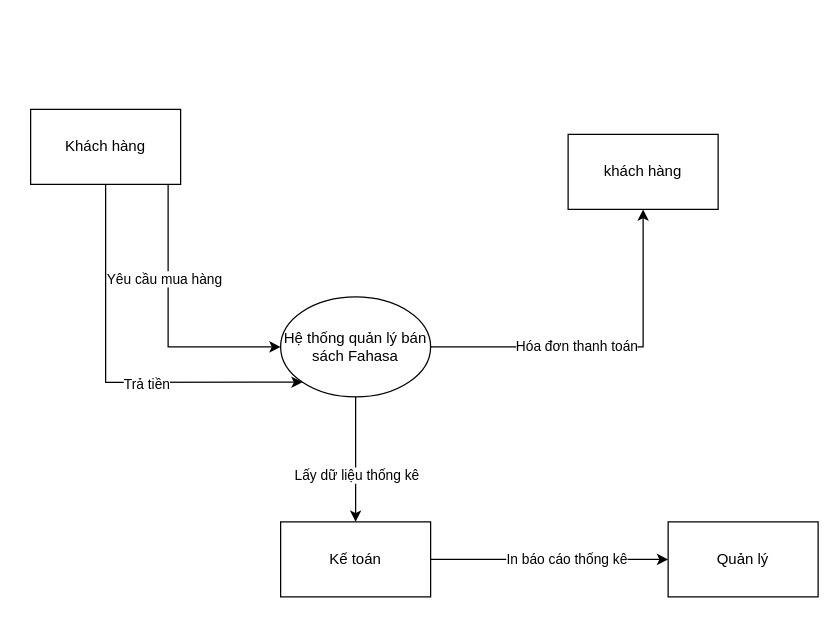
This is Untitled Diagram.drawio from ducprox0103/ducprox0103.github.io, a draw.io file, before an edit. Source tidied: cells renumbered, new cells numbered last; positions are measured from the earlier drawing's top-left corner, leaving out a move shared by most shapes. Both pictures are drawn from the tidied source at 125%, with x=0, y=0 at pixel (30, 109).
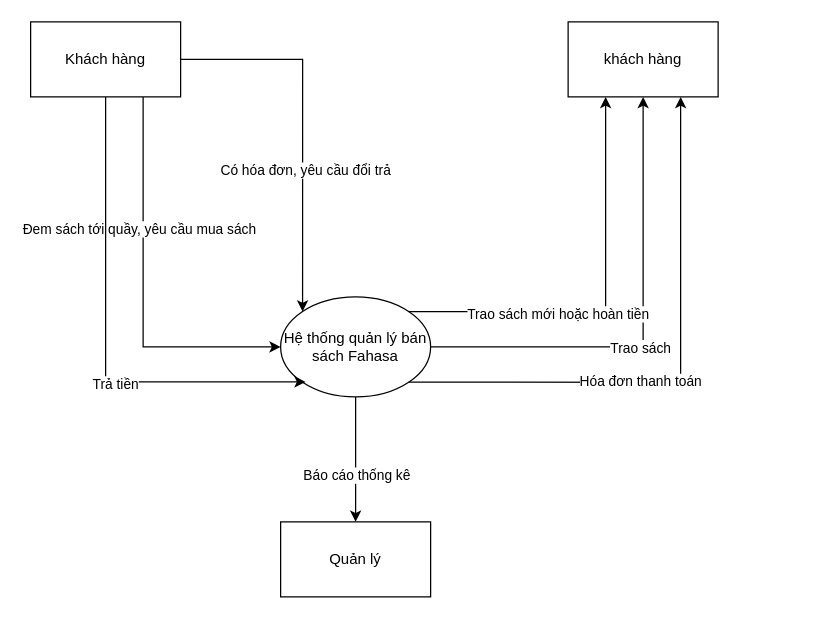
The same diagram, later.

Unchanged cells that the change refers to:
```xml
<mxCell id="2" value="Hệ thống quản lý bán sách Fahasa" style="ellipse;whiteSpace=wrap;html=1;" parent="1" vertex="1">
  <mxGeometry x="200" y="150" width="120" height="80" as="geometry" />
</mxCell>
<mxCell id="13" style="endArrow=classic;html=1;rounded=0;exitX=0.5;exitY=1;exitDx=0;exitDy=0;entryX=0.5;entryY=0;entryDx=0;entryDy=0;" parent="1" edge="1" source="2" target="6">
  <mxGeometry relative="1" as="geometry" />
</mxCell>
```

Diff of the diagram source:
```diff
@@
     <mxCell id="3" value="Khách hàng" style="rounded=0;whiteSpace=wrap;html=1;" parent="1" vertex="1">
-      <mxGeometry width="120" height="60" as="geometry" />
+      <mxGeometry y="-70" width="120" height="60" as="geometry" />
     </mxCell>
     <mxCell id="4" value="khách hàng" style="rounded=0;whiteSpace=wrap;html=1;" parent="1" vertex="1">
-      <mxGeometry x="430" y="20" width="120" height="60" as="geometry" />
+      <mxGeometry x="430" y="-70" width="120" height="60" as="geometry" />
     </mxCell>
-    <mxCell id="5" value="Quản lý" style="rounded=0;whiteSpace=wrap;html=1;" parent="1" vertex="1">
-      <mxGeometry x="510" y="330" width="120" height="60" as="geometry" />
-    </mxCell>
-    <mxCell id="6" value="Kế toán" style="rounded=0;whiteSpace=wrap;html=1;" parent="1" vertex="1">
+    <mxCell id="6" value="Quản lý" style="rounded=0;whiteSpace=wrap;html=1;" parent="1" vertex="1">
       <mxGeometry x="200" y="330" width="120" height="60" as="geometry" />
     </mxCell>
-    <mxCell id="7" style="edgeStyle=segmentEdgeStyle;endArrow=classic;html=1;rounded=0;entryX=0;entryY=0.5;entryDx=0;entryDy=0;" parent="1" edge="1" target="2">
+    <mxCell id="7" style="edgeStyle=segmentEdgeStyle;endArrow=classic;html=1;rounded=0;entryX=0;entryY=0.5;entryDx=0;entryDy=0;exitX=0.75;exitY=1;exitDx=0;exitDy=0;" parent="1" edge="1" source="3" target="2">
       <mxGeometry relative="1" as="geometry">
-        <mxPoint x="110" y="60" as="sourcePoint" />
         <Array as="points">
-          <mxPoint x="110" y="60" />
-          <mxPoint x="110" y="190" />
+          <mxPoint x="90" y="190" />
         </Array>
       </mxGeometry>
     </mxCell>
-    <mxCell id="8" value="Yêu cầu mua hàng" style="edgeLabel;html=1;align=center;verticalAlign=middle;" parent="7" vertex="1">
+    <mxCell id="8" value="Đem sách tới quầy, yêu cầu mua sách" style="edgeLabel;html=1;align=center;verticalAlign=middle;" parent="7" vertex="1">
       <mxGeometry x="-0.32" y="-4" relative="1" as="geometry" />
     </mxCell>
-    <mxCell id="9" style="edgeStyle=segmentEdgeStyle;endArrow=classic;html=1;rounded=0;entryX=0.5;entryY=1;entryDx=0;entryDy=0;exitX=1;exitY=0.5;exitDx=0;exitDy=0;" parent="1" edge="1" source="2" target="4">
+    <mxCell id="9" style="edgeStyle=segmentEdgeStyle;endArrow=classic;html=1;rounded=0;entryX=0.75;entryY=1;entryDx=0;entryDy=0;exitX=1;exitY=1;exitDx=0;exitDy=0;" parent="1" edge="1" source="2" target="4">
       <mxGeometry relative="1" as="geometry">
         <Array as="points">
-          <mxPoint x="490" y="190" />
+          <mxPoint x="520" y="218" />
         </Array>
       </mxGeometry>
     </mxCell>
@@
-    <mxCell id="11" style="edgeStyle=segmentEdgeStyle;endArrow=classic;html=1;rounded=0;entryX=0;entryY=1;entryDx=0;entryDy=0;exitX=0.5;exitY=1;exitDx=0;exitDy=0;" parent="1" edge="1" source="3" target="2">
+    <mxCell id="11" style="edgeStyle=segmentEdgeStyle;endArrow=classic;html=1;rounded=0;exitX=0.5;exitY=1;exitDx=0;exitDy=0;" parent="1" edge="1" source="3">
       <mxGeometry relative="1" as="geometry">
+        <mxPoint x="220" y="218" as="targetPoint" />
         <Array as="points">
           <mxPoint x="60" y="218" />
         </Array>
       </mxGeometry>
     </mxCell>
@@
-    <mxCell id="14" value="Lấy dữ liệu thống kê" style="edgeLabel;html=1;align=center;verticalAlign=middle;" parent="13" vertex="1">
+    <mxCell id="14" value="Báo cáo thống kê" style="edgeLabel;html=1;align=center;verticalAlign=middle;" parent="13" vertex="1">
       <mxGeometry x="0.23" relative="1" as="geometry" />
     </mxCell>
-    <mxCell id="15" style="endArrow=classic;html=1;rounded=0;exitX=1;exitY=0.5;exitDx=0;exitDy=0;entryX=0;entryY=0.5;entryDx=0;entryDy=0;" parent="1" edge="1" source="6" target="5">
-      <mxGeometry relative="1" as="geometry" />
-    </mxCell>
-    <mxCell id="16" value="In báo cáo thống kê" style="edgeLabel;html=1;align=center;verticalAlign=middle;" parent="15" vertex="1">
-      <mxGeometry x="0.14" y="1" relative="1" as="geometry" />
-    </mxCell>
+    <mxCell id="17" style="edgeStyle=segmentEdgeStyle;endArrow=classic;html=1;rounded=0;exitX=1;exitY=0.5;exitDx=0;exitDy=0;entryX=0;entryY=0;entryDx=0;entryDy=0;" parent="1" edge="1" source="3" target="2">
+      <mxGeometry relative="1" as="geometry" />
+    </mxCell>
+    <mxCell id="18" value="Có hóa đơn, yêu cầu đổi trả" style="edgeLabel;html=1;align=center;verticalAlign=middle;" parent="17" vertex="1">
+      <mxGeometry x="0.24" y="2" relative="1" as="geometry" />
+    </mxCell>
+    <mxCell id="19" style="edgeStyle=segmentEdgeStyle;endArrow=classic;html=1;rounded=0;entryX=0.5;entryY=1;entryDx=0;entryDy=0;exitX=1;exitY=0.5;exitDx=0;exitDy=0;" parent="1" edge="1" source="2" target="4">
+      <mxGeometry relative="1" as="geometry">
+        <Array as="points">
+          <mxPoint x="490" y="190" />
+        </Array>
+      </mxGeometry>
+    </mxCell>
+    <mxCell id="20" value="Trao sách" style="edgeLabel;html=1;align=center;verticalAlign=middle;" parent="19" vertex="1">
+      <mxGeometry x="-0.1" relative="1" as="geometry" />
+    </mxCell>
+    <mxCell id="21" style="edgeStyle=segmentEdgeStyle;endArrow=classic;html=1;rounded=0;exitX=1;exitY=0;exitDx=0;exitDy=0;entryX=0.25;entryY=1;entryDx=0;entryDy=0;" parent="1" edge="1" source="2" target="4">
+      <mxGeometry relative="1" as="geometry">
+        <Array as="points">
+          <mxPoint x="460" y="162" />
+        </Array>
+      </mxGeometry>
+    </mxCell>
+    <mxCell id="22" value="Trao sách mới hoặc hoàn tiền" style="edgeLabel;html=1;align=center;verticalAlign=middle;" parent="21" vertex="1">
+      <mxGeometry x="-0.28" y="-2" relative="1" as="geometry" />
+    </mxCell>
```
